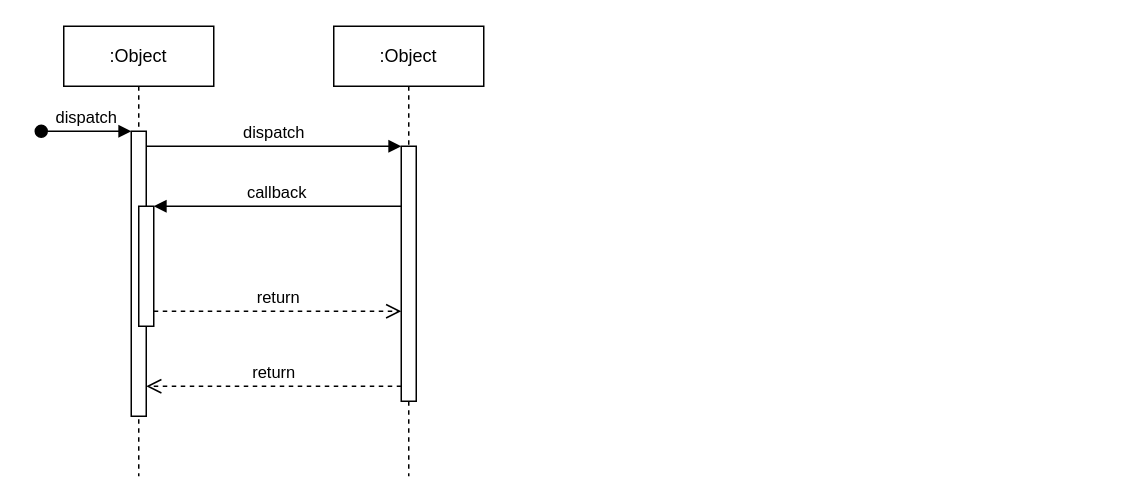
Earlier version of the draw.io diagram Untitled Diagram.drawio (psico/drawio). Source tidied: cells renumbered, new cells numbered last; positions are measured from the earlier drawing's top-left corner, leaving out a move shared by most shapes. Both pictures are drawn from the tidied source at 150%, with x=0, y=0 at pixel (40, 26).
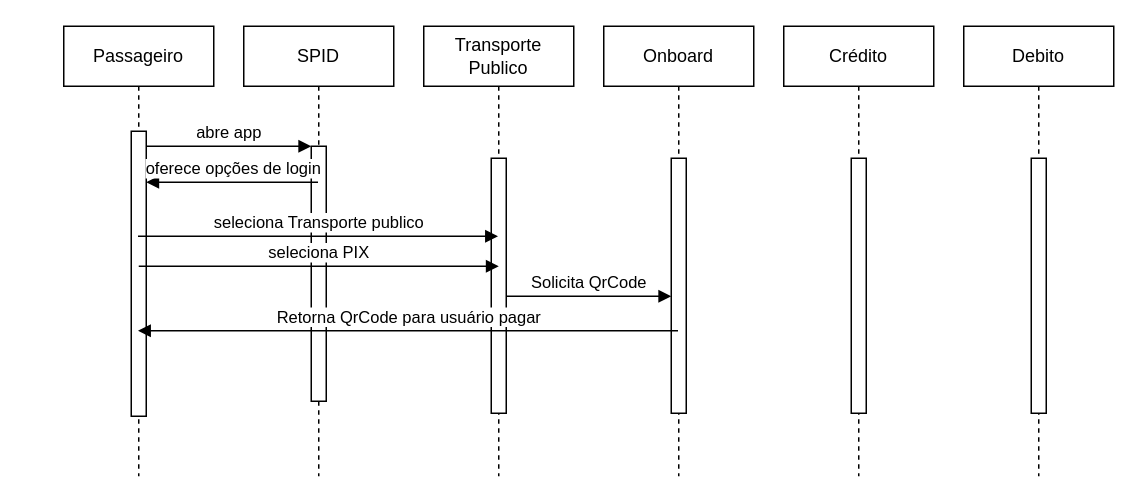
After the change.

Unchanged cells that the change refers to:
```xml
<mxCell id="3" style="html=1;points=[];perimeter=orthogonalPerimeter;outlineConnect=0;targetShapes=umlLifeline;portConstraint=eastwest;newEdgeStyle={&quot;edgeStyle&quot;:&quot;elbowEdgeStyle&quot;,&quot;elbow&quot;:&quot;vertical&quot;,&quot;curved&quot;:0,&quot;rounded&quot;:0};" parent="2" vertex="1">
  <mxGeometry x="45" y="70" width="10" height="190" as="geometry" />
</mxCell>
<mxCell id="7" style="html=1;points=[];perimeter=orthogonalPerimeter;outlineConnect=0;targetShapes=umlLifeline;portConstraint=eastwest;newEdgeStyle={&quot;edgeStyle&quot;:&quot;elbowEdgeStyle&quot;,&quot;elbow&quot;:&quot;vertical&quot;,&quot;curved&quot;:0,&quot;rounded&quot;:0};" parent="6" vertex="1">
  <mxGeometry x="45" y="80" width="10" height="170" as="geometry" />
</mxCell>
```

Diff of the diagram source:
```diff
@@
-    <mxCell id="2" value=":Object" style="shape=umlLifeline;perimeter=lifelinePerimeter;whiteSpace=wrap;html=1;outlineConnect=0;portConstraint=eastwest;newEdgeStyle={&quot;edgeStyle&quot;:&quot;elbowEdgeStyle&quot;,&quot;elbow&quot;:&quot;vertical&quot;,&quot;curved&quot;:0,&quot;rounded&quot;:0};" parent="1" vertex="1">
+    <mxCell id="2" value="Passageiro" style="shape=umlLifeline;perimeter=lifelinePerimeter;whiteSpace=wrap;html=1;outlineConnect=0;portConstraint=eastwest;newEdgeStyle={&quot;edgeStyle&quot;:&quot;elbowEdgeStyle&quot;,&quot;elbow&quot;:&quot;vertical&quot;,&quot;curved&quot;:0,&quot;rounded&quot;:0};" parent="1" vertex="1">
       <mxGeometry x="15" width="100" height="300" as="geometry" />
     </mxCell>
@@
-    <mxCell id="4" value="dispatch" style="html=1;verticalAlign=bottom;startArrow=oval;endArrow=block;startSize=8;edgeStyle=elbowEdgeStyle;elbow=vertical;curved=0;rounded=0;" parent="2" edge="1" target="3">
-      <mxGeometry relative="1" as="geometry">
-        <mxPoint x="-15" y="70" as="sourcePoint" />
-      </mxGeometry>
-    </mxCell>
-    <mxCell id="5" style="html=1;points=[];perimeter=orthogonalPerimeter;outlineConnect=0;targetShapes=umlLifeline;portConstraint=eastwest;newEdgeStyle={&quot;edgeStyle&quot;:&quot;elbowEdgeStyle&quot;,&quot;elbow&quot;:&quot;vertical&quot;,&quot;curved&quot;:0,&quot;rounded&quot;:0};" parent="2" vertex="1">
-      <mxGeometry x="50" y="120" width="10" height="80" as="geometry" />
-    </mxCell>
-    <mxCell id="6" value=":Object" style="shape=umlLifeline;perimeter=lifelinePerimeter;whiteSpace=wrap;html=1;outlineConnect=0;portConstraint=eastwest;newEdgeStyle={&quot;edgeStyle&quot;:&quot;elbowEdgeStyle&quot;,&quot;elbow&quot;:&quot;vertical&quot;,&quot;curved&quot;:0,&quot;rounded&quot;:0};" parent="1" vertex="1">
-      <mxGeometry x="195" width="100" height="300" as="geometry" />
+    <mxCell id="6" value="SPID" style="shape=umlLifeline;perimeter=lifelinePerimeter;whiteSpace=wrap;html=1;outlineConnect=0;portConstraint=eastwest;newEdgeStyle={&quot;edgeStyle&quot;:&quot;elbowEdgeStyle&quot;,&quot;elbow&quot;:&quot;vertical&quot;,&quot;curved&quot;:0,&quot;rounded&quot;:0};" parent="1" vertex="1">
+      <mxGeometry x="135" width="100" height="300" as="geometry" />
     </mxCell>
@@
-    <mxCell id="8" value="dispatch" style="html=1;verticalAlign=bottom;endArrow=block;edgeStyle=elbowEdgeStyle;elbow=vertical;curved=0;rounded=0;" parent="1" edge="1" source="3" target="7">
+    <mxCell id="8" value="abre app" style="html=1;verticalAlign=bottom;endArrow=block;edgeStyle=elbowEdgeStyle;elbow=vertical;curved=0;rounded=0;" parent="1" edge="1" source="3" target="7">
       <mxGeometry relative="1" as="geometry">
         <Array as="points">
           <mxPoint x="155" y="80" />
         </Array>
       </mxGeometry>
     </mxCell>
-    <mxCell id="9" value="return" style="html=1;verticalAlign=bottom;endArrow=open;dashed=1;endSize=8;edgeStyle=elbowEdgeStyle;elbow=vertical;curved=0;rounded=0;" parent="1" edge="1" source="7" target="3">
-      <mxGeometry relative="1" as="geometry">
-        <Array as="points">
-          <mxPoint x="165" y="240" />
-        </Array>
-      </mxGeometry>
-    </mxCell>
-    <mxCell id="10" value="callback" style="html=1;verticalAlign=bottom;endArrow=block;edgeStyle=elbowEdgeStyle;elbow=vertical;curved=0;rounded=0;" parent="1" edge="1" source="7" target="5">
+    <mxCell id="10" value="oferece opções de login" style="html=1;verticalAlign=bottom;endArrow=block;edgeStyle=elbowEdgeStyle;elbow=vertical;curved=0;rounded=0;" parent="1" edge="1" source="6">
       <mxGeometry relative="1" as="geometry">
+        <mxPoint x="70" y="104" as="targetPoint" />
         <Array as="points">
-          <mxPoint x="165" y="120" />
+          <mxPoint x="165" y="104" />
         </Array>
       </mxGeometry>
     </mxCell>
-    <mxCell id="11" value="return" style="html=1;verticalAlign=bottom;endArrow=open;dashed=1;endSize=8;edgeStyle=elbowEdgeStyle;elbow=vertical;curved=0;rounded=0;" parent="1" edge="1" source="5" target="7">
-      <mxGeometry relative="1" as="geometry">
-        <Array as="points">
-          <mxPoint x="155" y="190" />
-        </Array>
-      </mxGeometry>
-    </mxCell>
+    <mxCell id="12" value="Transporte Publico" style="shape=umlLifeline;perimeter=lifelinePerimeter;whiteSpace=wrap;html=1;outlineConnect=0;portConstraint=eastwest;newEdgeStyle={&quot;edgeStyle&quot;:&quot;elbowEdgeStyle&quot;,&quot;elbow&quot;:&quot;vertical&quot;,&quot;curved&quot;:0,&quot;rounded&quot;:0};" parent="1" vertex="1">
+      <mxGeometry x="255" width="100" height="300" as="geometry" />
+    </mxCell>
+    <mxCell id="13" style="html=1;points=[];perimeter=orthogonalPerimeter;outlineConnect=0;targetShapes=umlLifeline;portConstraint=eastwest;newEdgeStyle={&quot;edgeStyle&quot;:&quot;elbowEdgeStyle&quot;,&quot;elbow&quot;:&quot;vertical&quot;,&quot;curved&quot;:0,&quot;rounded&quot;:0};" parent="12" vertex="1">
+      <mxGeometry x="45" y="88" width="10" height="170" as="geometry" />
+    </mxCell>
+    <mxCell id="14" value="seleciona Transporte publico" style="html=1;verticalAlign=bottom;endArrow=block;edgeStyle=elbowEdgeStyle;elbow=vertical;curved=0;rounded=0;" parent="1" edge="1" source="2" target="12">
+      <mxGeometry relative="1" as="geometry">
+        <Array as="points">
+          <mxPoint x="235" y="140" />
+        </Array>
+      </mxGeometry>
+    </mxCell>
+    <mxCell id="15" value="Onboard" style="shape=umlLifeline;perimeter=lifelinePerimeter;whiteSpace=wrap;html=1;newEdgeStyle={&quot;edgeStyle&quot;:&quot;elbowEdgeStyle&quot;,&quot;elbow&quot;:&quot;vertical&quot;,&quot;curved&quot;:0,&quot;rounded&quot;:0};" parent="1" vertex="1">
+      <mxGeometry x="375" width="100" height="300" as="geometry" />
+    </mxCell>
+    <mxCell id="16" style="html=1;points=[];perimeter=orthogonalPerimeter;outlineConnect=0;targetShapes=umlLifeline;portConstraint=eastwest;newEdgeStyle={&quot;edgeStyle&quot;:&quot;elbowEdgeStyle&quot;,&quot;elbow&quot;:&quot;vertical&quot;,&quot;curved&quot;:0,&quot;rounded&quot;:0};" parent="15" vertex="1">
+      <mxGeometry x="45" y="88" width="10" height="170" as="geometry" />
+    </mxCell>
+    <mxCell id="17" value="Crédito" style="shape=umlLifeline;perimeter=lifelinePerimeter;whiteSpace=wrap;html=1;newEdgeStyle={&quot;edgeStyle&quot;:&quot;elbowEdgeStyle&quot;,&quot;elbow&quot;:&quot;vertical&quot;,&quot;curved&quot;:0,&quot;rounded&quot;:0};" parent="1" vertex="1">
+      <mxGeometry x="495" width="100" height="300" as="geometry" />
+    </mxCell>
+    <mxCell id="18" style="html=1;perimeter=orthogonalPerimeter;targetShapes=umlLifeline;newEdgeStyle={&quot;edgeStyle&quot;:&quot;elbowEdgeStyle&quot;,&quot;elbow&quot;:&quot;vertical&quot;,&quot;curved&quot;:0,&quot;rounded&quot;:0};" parent="17" vertex="1">
+      <mxGeometry x="45" y="88" width="10" height="170" as="geometry" />
+    </mxCell>
+    <mxCell id="19" value="Debito" style="shape=umlLifeline;perimeter=lifelinePerimeter;whiteSpace=wrap;html=1;newEdgeStyle={&quot;edgeStyle&quot;:&quot;elbowEdgeStyle&quot;,&quot;elbow&quot;:&quot;vertical&quot;,&quot;curved&quot;:0,&quot;rounded&quot;:0};" parent="1" vertex="1">
+      <mxGeometry x="615" width="100" height="300" as="geometry" />
+    </mxCell>
+    <mxCell id="20" style="html=1;perimeter=orthogonalPerimeter;targetShapes=umlLifeline;newEdgeStyle={&quot;edgeStyle&quot;:&quot;elbowEdgeStyle&quot;,&quot;elbow&quot;:&quot;vertical&quot;,&quot;curved&quot;:0,&quot;rounded&quot;:0};" parent="19" vertex="1">
+      <mxGeometry x="45" y="88" width="10" height="170" as="geometry" />
+    </mxCell>
+    <mxCell id="21" value="seleciona PIX" style="html=1;verticalAlign=bottom;endArrow=block;edgeStyle=elbowEdgeStyle;elbow=vertical;curved=0;rounded=0;" parent="1" edge="1">
+      <mxGeometry relative="1" as="geometry">
+        <mxPoint x="65" y="160" as="sourcePoint" />
+        <mxPoint x="305" y="160" as="targetPoint" />
+        <Array as="points">
+          <mxPoint x="150" y="160" />
+        </Array>
+      </mxGeometry>
+    </mxCell>
+    <mxCell id="22" value="Solicita QrCode" style="html=1;verticalAlign=bottom;endArrow=block;edgeStyle=elbowEdgeStyle;elbow=vertical;curved=0;rounded=0;" parent="1" edge="1" source="13" target="16">
+      <mxGeometry relative="1" as="geometry">
+        <Array as="points">
+          <mxPoint x="340" y="180" />
+        </Array>
+      </mxGeometry>
+    </mxCell>
+    <mxCell id="23" value="Retorna QrCode para usuário pagar" style="html=1;verticalAlign=bottom;endArrow=block;edgeStyle=elbowEdgeStyle;elbow=vertical;curved=0;rounded=0;" parent="1" edge="1">
+      <mxGeometry relative="1" as="geometry">
+        <mxPoint x="424.5" y="203" as="sourcePoint" />
+        <mxPoint x="64.5" y="203" as="targetPoint" />
+        <Array as="points">
+          <mxPoint x="280" y="203" />
+        </Array>
+      </mxGeometry>
+    </mxCell>
```
